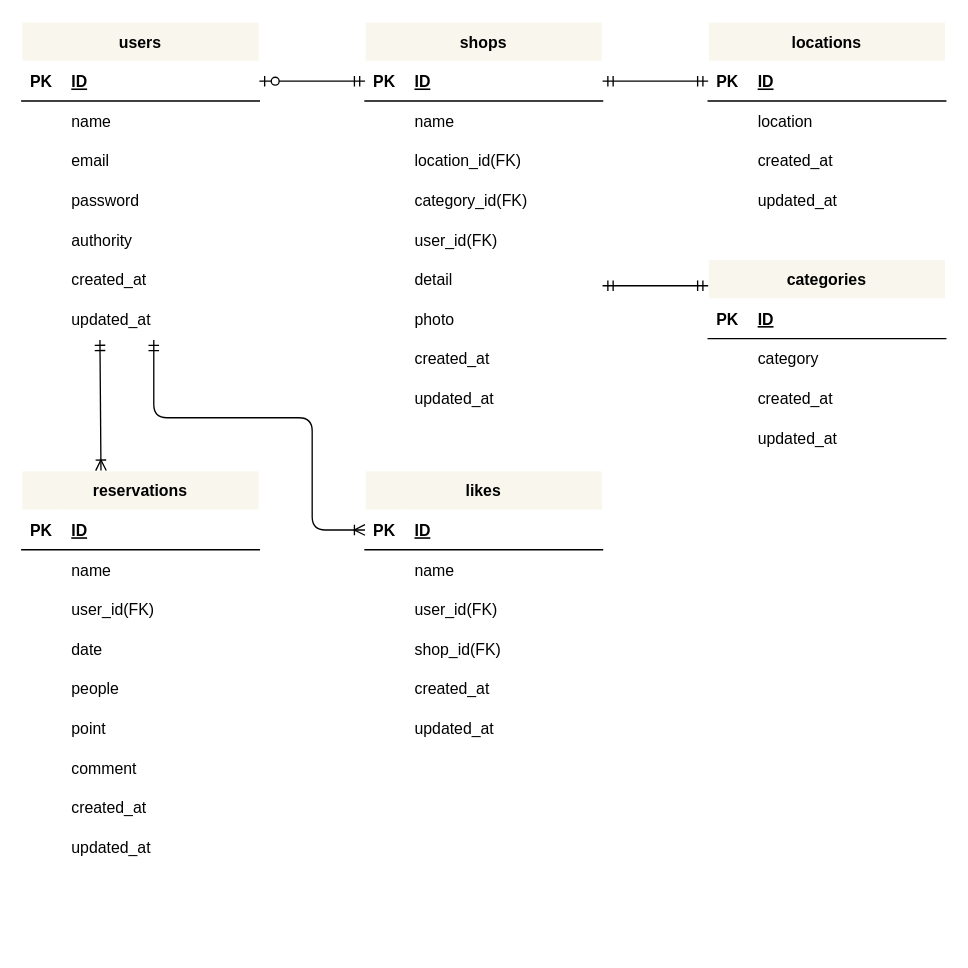
The draw.io diagram erDiagram.drawio in ueppa0716/advance-test, before the edit. Source tidied: cells renumbered, new cells numbered last; positions are measured from the earlier drawing's top-left corner, leaving out a move shared by most shapes. Both pictures are drawn from the tidied source at 132%, with x=0, y=0 at pixel (21, 21).
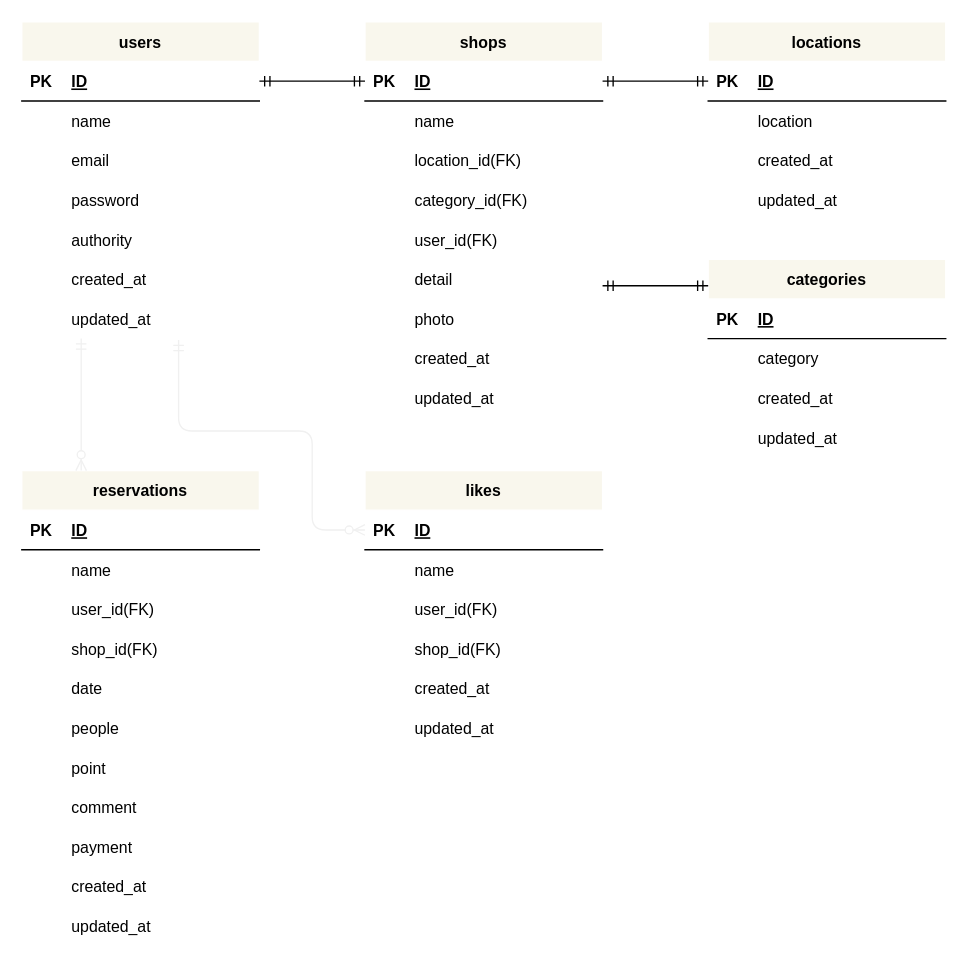
The same page after the edit.

Unchanged cells that the change refers to:
```xml
<mxCell id="3" style="shape=tableRow;horizontal=0;startSize=0;swimlaneHead=0;swimlaneBody=0;fillColor=none;points=[[0,0.5],[1,0.5]];portConstraint=eastwest;top=0;left=0;right=0;bottom=1;" parent="2" vertex="1">
  <mxGeometry y="30" width="180" height="30" as="geometry" />
</mxCell>
<mxCell id="21" style="shape=tableRow;horizontal=0;startSize=0;swimlaneHead=0;swimlaneBody=0;fillColor=none;points=[[0,0.5],[1,0.5]];portConstraint=eastwest;top=0;left=0;right=0;bottom=0;" parent="2" vertex="1">
  <mxGeometry y="210" width="180" height="30" as="geometry" />
</mxCell>
<mxCell id="25" style="shape=tableRow;horizontal=0;startSize=0;swimlaneHead=0;swimlaneBody=0;fillColor=none;points=[[0,0.5],[1,0.5]];portConstraint=eastwest;top=0;left=0;right=0;bottom=1;" parent="24" vertex="1">
  <mxGeometry y="30" width="180" height="30" as="geometry" />
</mxCell>
<mxCell id="82" style="shape=tableRow;horizontal=0;startSize=0;swimlaneHead=0;swimlaneBody=0;fillColor=none;points=[[0,0.5],[1,0.5]];portConstraint=eastwest;top=0;left=0;right=0;bottom=1;" parent="81" vertex="1">
  <mxGeometry y="30" width="180" height="30" as="geometry" />
</mxCell>
```

The edit, as a diff of the source:
```diff
@@
     <mxCell id="52" value="reservations" style="shape=table;startSize=30;childLayout=tableLayout;rowLines=0;fontStyle=1;align=center;fillColor=#f9f7ed;strokeColor=#FFFFFF;fontColor=#000000;" parent="1" vertex="1">
-      <mxGeometry y="340" width="180" height="300" as="geometry" />
+      <mxGeometry y="340" width="180" height="360" as="geometry" />
     </mxCell>
@@
+    <mxCell id="130" style="shape=tableRow;horizontal=0;startSize=0;swimlaneHead=0;swimlaneBody=0;fillColor=none;top=0;left=0;right=0;bottom=0;" parent="52" vertex="1">
+      <mxGeometry y="120" width="180" height="30" as="geometry" />
+    </mxCell>
+    <mxCell id="131" style="shape=partialRectangle;fillColor=none;top=0;left=0;bottom=0;right=0;overflow=hidden;" parent="130" vertex="1">
+      <mxGeometry width="30" height="30" as="geometry" />
+    </mxCell>
+    <mxCell id="132" value="shop_id(FK)" style="shape=partialRectangle;fillColor=none;top=0;left=0;bottom=0;right=0;align=left;spacingLeft=6;overflow=hidden;" parent="130" vertex="1">
+      <mxGeometry x="30" width="150" height="30" as="geometry" />
+    </mxCell>
     <mxCell id="62" style="shape=tableRow;horizontal=0;startSize=0;swimlaneHead=0;swimlaneBody=0;fillColor=none;top=0;left=0;right=0;bottom=0;" parent="52" vertex="1">
-      <mxGeometry y="120" width="180" height="30" as="geometry" />
+      <mxGeometry y="150" width="180" height="30" as="geometry" />
     </mxCell>
@@
     <mxCell id="65" style="shape=tableRow;horizontal=0;startSize=0;swimlaneHead=0;swimlaneBody=0;fillColor=none;top=0;left=0;right=0;bottom=0;" parent="52" vertex="1">
-      <mxGeometry y="150" width="180" height="30" as="geometry" />
+      <mxGeometry y="180" width="180" height="30" as="geometry" />
     </mxCell>
@@
     <mxCell id="68" style="shape=tableRow;horizontal=0;startSize=0;swimlaneHead=0;swimlaneBody=0;fillColor=none;top=0;left=0;right=0;bottom=0;" parent="52" vertex="1">
-      <mxGeometry y="180" width="180" height="30" as="geometry" />
+      <mxGeometry y="210" width="180" height="30" as="geometry" />
     </mxCell>
@@
     <mxCell id="71" style="shape=tableRow;horizontal=0;startSize=0;swimlaneHead=0;swimlaneBody=0;fillColor=none;top=0;left=0;right=0;bottom=0;" parent="52" vertex="1">
-      <mxGeometry y="210" width="180" height="30" as="geometry" />
+      <mxGeometry y="240" width="180" height="30" as="geometry" />
     </mxCell>
@@
+    <mxCell id="133" style="shape=tableRow;horizontal=0;startSize=0;swimlaneHead=0;swimlaneBody=0;fillColor=none;top=0;left=0;right=0;bottom=0;" parent="52" vertex="1">
+      <mxGeometry y="270" width="180" height="30" as="geometry" />
+    </mxCell>
+    <mxCell id="134" style="shape=partialRectangle;fillColor=none;top=0;left=0;bottom=0;right=0;overflow=hidden;" parent="133" vertex="1">
+      <mxGeometry width="30" height="30" as="geometry" />
+    </mxCell>
+    <mxCell id="135" value="payment" style="shape=partialRectangle;fillColor=none;top=0;left=0;bottom=0;right=0;align=left;spacingLeft=6;overflow=hidden;" parent="133" vertex="1">
+      <mxGeometry x="30" width="150" height="30" as="geometry" />
+    </mxCell>
     <mxCell id="74" style="shape=tableRow;horizontal=0;startSize=0;swimlaneHead=0;swimlaneBody=0;fillColor=none;top=0;left=0;right=0;bottom=0;" parent="52" vertex="1">
-      <mxGeometry y="240" width="180" height="30" as="geometry" />
+      <mxGeometry y="300" width="180" height="30" as="geometry" />
     </mxCell>
@@
     <mxCell id="77" style="shape=tableRow;horizontal=0;startSize=0;swimlaneHead=0;swimlaneBody=0;fillColor=none;top=0;left=0;right=0;bottom=0;" parent="52" vertex="1">
-      <mxGeometry y="270" width="180" height="30" as="geometry" />
+      <mxGeometry y="330" width="180" height="30" as="geometry" />
     </mxCell>
@@
-    <mxCell id="80" style="fontSize=12;html=1;endArrow=ERoneToMany;startArrow=ERmandOne;fontColor=#000000;exitX=0.329;exitY=1.036;exitDx=0;exitDy=0;exitPerimeter=0;" parent="1" edge="1" source="21">
-      <mxGeometry relative="1" as="geometry">
-        <mxPoint x="60" y="340" as="targetPoint" />
-      </mxGeometry>
-    </mxCell>
@@
-    <mxCell id="100" style="fontSize=12;html=1;endArrow=ERoneToMany;startArrow=ERmandOne;fontColor=#000000;exitX=0.329;exitY=1.036;exitDx=0;exitDy=0;exitPerimeter=0;entryX=0;entryY=0.5;entryDx=0;entryDy=0;" parent="1" edge="1" target="82">
-      <mxGeometry relative="1" as="geometry">
-        <mxPoint x="100" y="241.1" as="sourcePoint" />
-        <Array as="points">
-          <mxPoint x="100" y="300" />
-          <mxPoint x="220" y="300" />
-          <mxPoint x="220" y="385" />
-        </Array>
-      </mxGeometry>
-    </mxCell>
@@
-    <mxCell id="127" style="edgeStyle=entityRelationEdgeStyle;fontSize=12;html=1;endArrow=ERzeroToOne;startArrow=ERmandOne;fontColor=#000000;entryX=1;entryY=0.5;entryDx=0;entryDy=0;exitX=0;exitY=0.5;exitDx=0;exitDy=0;" parent="1" edge="1" source="25" target="3">
+    <mxCell id="127" style="edgeStyle=entityRelationEdgeStyle;fontSize=12;html=1;endArrow=ERmandOne;startArrow=ERmandOne;fontColor=#000000;entryX=1;entryY=0.5;entryDx=0;entryDy=0;exitX=0;exitY=0.5;exitDx=0;exitDy=0;endFill=0;" parent="1" edge="1" source="25" target="3">
       <mxGeometry relative="1" as="geometry" />
     </mxCell>
@@
+    <mxCell id="136" style="shape=tableRow;horizontal=0;startSize=0;swimlaneHead=0;swimlaneBody=0;fillColor=none;top=0;left=0;right=0;bottom=0;" parent="1" vertex="1">
+      <mxGeometry y="640" width="180" height="30" as="geometry" />
+    </mxCell>
+    <mxCell id="137" style="shape=partialRectangle;fillColor=none;top=0;left=0;bottom=0;right=0;overflow=hidden;" parent="136" vertex="1">
+      <mxGeometry width="30" height="30" as="geometry" />
+    </mxCell>
+    <mxCell id="138" style="edgeStyle=orthogonalEdgeStyle;fontSize=12;html=1;endArrow=ERzeroToMany;startArrow=ERmandOne;strokeColor=#F0F0F0;entryX=0;entryY=0.5;entryDx=0;entryDy=0;exitX=0.66;exitY=1.039;exitDx=0;exitDy=0;exitPerimeter=0;" parent="1" edge="1" source="21" target="82">
+      <mxGeometry relative="1" as="geometry">
+        <Array as="points">
+          <mxPoint x="119" y="310" />
+          <mxPoint x="220" y="310" />
+          <mxPoint x="220" y="385" />
+        </Array>
+      </mxGeometry>
+    </mxCell>
+    <mxCell id="139" style="fontSize=12;html=1;endArrow=ERzeroToMany;startArrow=ERmandOne;strokeColor=#F0F0F0;entryX=0.25;entryY=0;entryDx=0;entryDy=0;" parent="1" edge="1" target="52">
+      <mxGeometry relative="1" as="geometry">
+        <mxPoint x="45" y="240" as="sourcePoint" />
+      </mxGeometry>
+    </mxCell>
```
